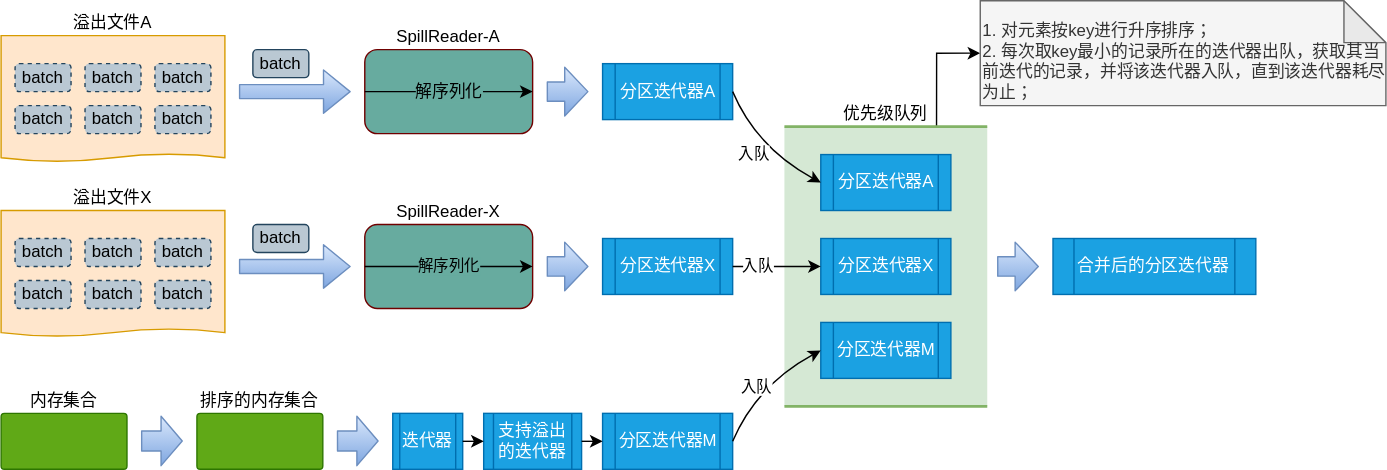
This is images/spark/ExternalSorter-mergeSort.svg from jtLiBrain/jtLiBrain.github.io, a draw.io export, as it was before one commit. Source tidied: cells renumbered, new cells last; positions are measured from the earlier drawing's top-left corner, leaving out a move shared by most shapes.
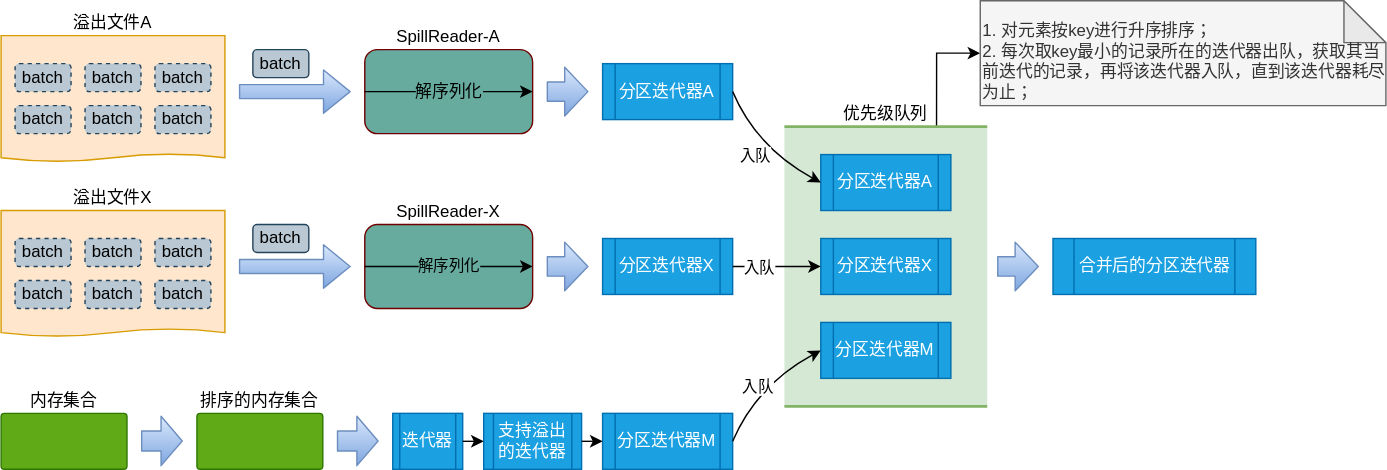
The same file after the commit.

Diff of the diagram source:
```diff
@@ -179,7 +179,7 @@
     <mxCell id="49" value="&lt;span style=&quot;font-size: 12px;&quot;&gt;解序列化&lt;/span&gt;" style="endArrow=classic;html=1;entryX=1;entryY=0.5;entryDx=0;entryDy=0;exitX=0;exitY=0.5;exitDx=0;exitDy=0;labelBackgroundColor=#67AB9F;" parent="1" edge="1" source="3" target="3">
       <mxGeometry relative="1" as="geometry" />
     </mxCell>
-    <mxCell id="50" value="1. 对元素按key进行升序排序；&lt;br&gt;2. 每次取key最小的记录所在的迭代器出队，获取其当前迭代的记录，并将该迭代器入队，直到该迭代器耗尽为止；" style="shape=note;whiteSpace=wrap;html=1;backgroundOutline=1;darkOpacity=0.05;verticalAlign=bottom;strokeColor=#666666;strokeWidth=1;fillColor=#f5f5f5;fontColor=#333333;align=left;" parent="1" vertex="1">
+    <mxCell id="50" value="1. 对元素按key进行升序排序；&lt;br&gt;2. 每次取key最小的记录所在的迭代器出队，获取其当前迭代的记录，再将该迭代器入队，直到该迭代器耗尽为止；" style="shape=note;whiteSpace=wrap;html=1;backgroundOutline=1;darkOpacity=0.05;verticalAlign=bottom;strokeColor=#666666;strokeWidth=1;fillColor=#f5f5f5;fontColor=#333333;align=left;" parent="1" vertex="1">
       <mxGeometry x="700" width="290" height="75" as="geometry" />
     </mxCell>
   </root>
```
